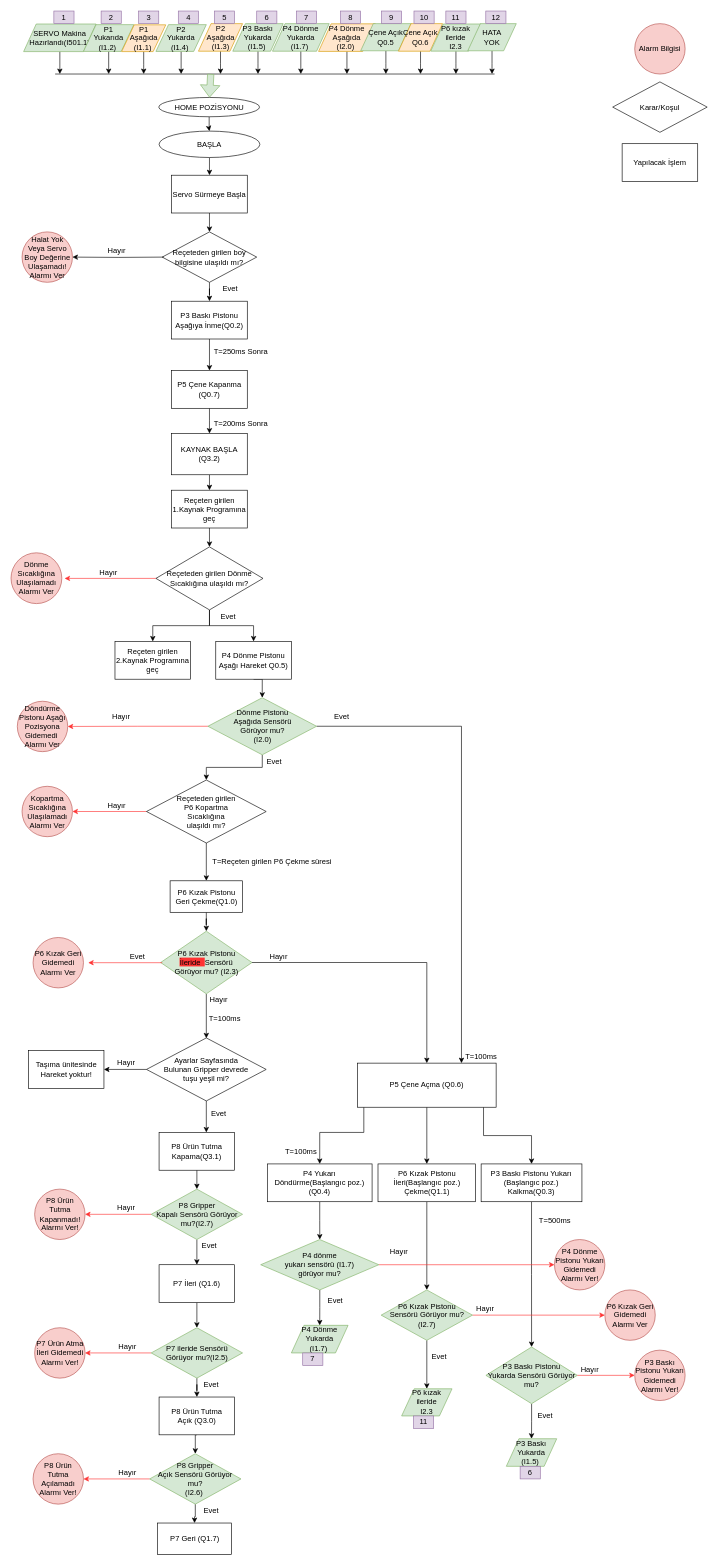
Before: Untitled Diagram.drawio in cemreakz/Cemre_FlowChartsOfMachine, a draw.io diagram. Source tidied: cells renumbered, new cells numbered last; positions are measured from the earlier drawing's top-left corner, leaving out a move shared by most shapes. Both pictures are drawn from the tidied source at 63%, with x=0, y=0 at pixel (11, 11).
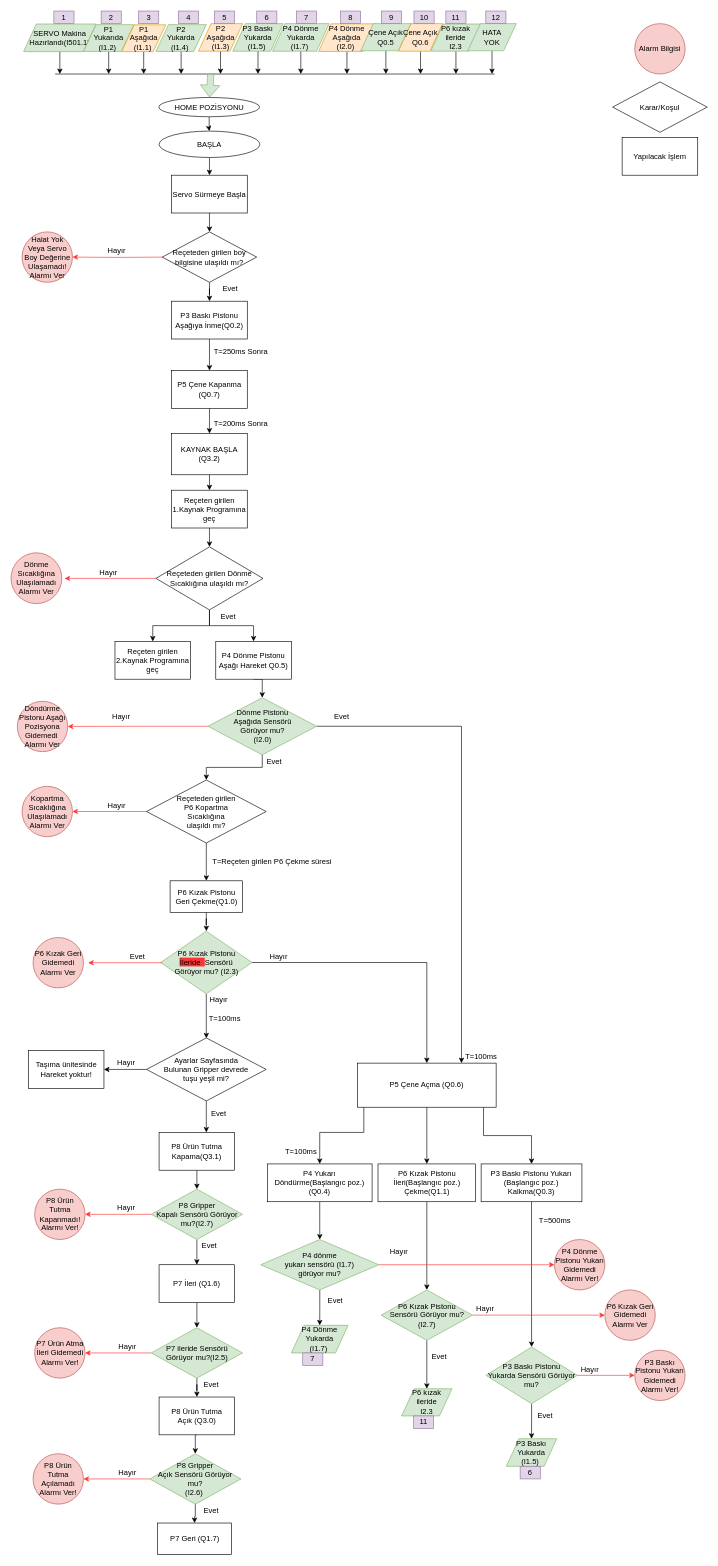
Above is the later version.

The change refers to these unchanged cells:
```xml
<mxCell id="65" value="Halat Yok Veya Servo Boy Değerine Ulaşamadı! Alarmı Ver" style="ellipse;whiteSpace=wrap;html=1;fillColor=#f8cecc;strokeColor=#b85450;" parent="1" vertex="1">
  <mxGeometry x="17.5" y="350.6" width="80" height="80" as="geometry" />
</mxCell>
```

Change to the diagram source:
```diff
@@
-    <mxCell id="63" style="edgeStyle=orthogonalEdgeStyle;rounded=0;jettySize=auto;html=1;" parent="1" edge="1" target="65">
+    <mxCell id="63" style="edgeStyle=orthogonalEdgeStyle;rounded=0;jettySize=auto;html=1;strokeColor=#FF3333;" parent="1" edge="1" target="65">
       <mxGeometry relative="1" as="geometry">
         <mxPoint x="242.5" y="390.6" as="sourcePoint" />
       </mxGeometry>
     </mxCell>
@@
     <mxCell id="151" value="Yapılacak İşlem" style="rounded=0;whiteSpace=wrap;html=1;" parent="1" vertex="1">
-      <mxGeometry x="970" y="210.6" width="120" height="60" as="geometry" />
+      <mxGeometry x="970" y="200.6" width="120" height="60" as="geometry" />
     </mxCell>
```
